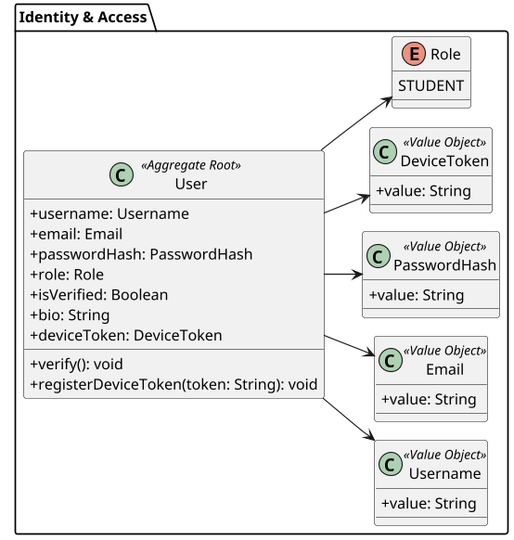
Earlier version of the PlantUML export images-doc/class-identity-mobile.png (Aplicaciones-Dispositivos-Moviles/SkillSwap-ProjectReport).
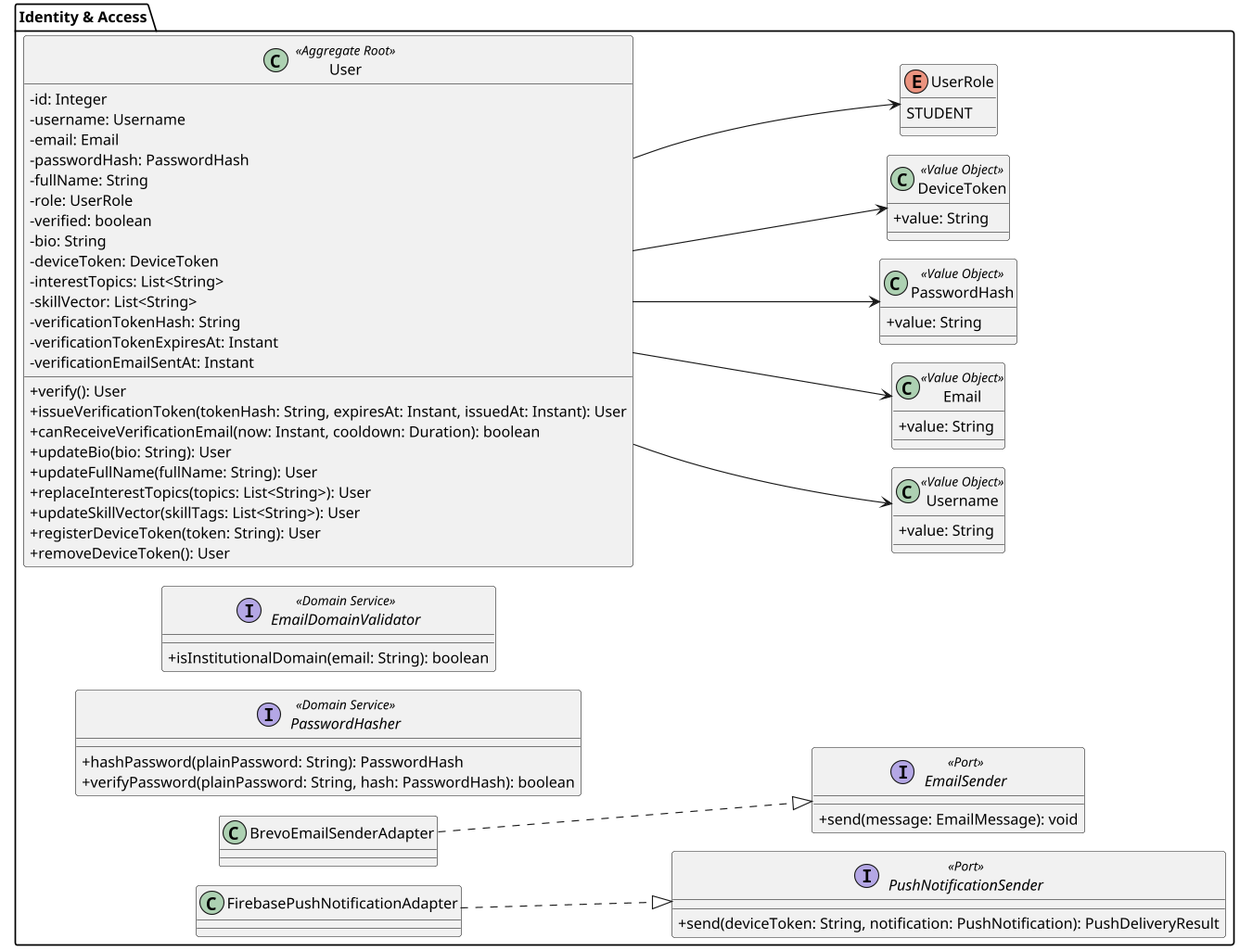
Later version of the same file.

Change to the diagram source:
```diff
@@ -5,17 +5,32 @@
 skinparam dpi 110
 left to right direction
 
+!startsub BODY
 package "Identity & Access" {
     class User <<Aggregate Root>> {
-        +username: Username
-        +email: Email
-        +passwordHash: PasswordHash
-        +role: Role
-        +isVerified: Boolean
-        +bio: String
-        +deviceToken: DeviceToken
-        +verify(): void
-        +registerDeviceToken(token: String): void
+        -id: Integer
+        -username: Username
+        -email: Email
+        -passwordHash: PasswordHash
+        -fullName: String
+        -role: UserRole
+        -verified: boolean
+        -bio: String
+        -deviceToken: DeviceToken
+        -interestTopics: List<String>
+        -skillVector: List<String>
+        -verificationTokenHash: String
+        -verificationTokenExpiresAt: Instant
+        -verificationEmailSentAt: Instant
+        +verify(): User
+        +issueVerificationToken(tokenHash: String, expiresAt: Instant, issuedAt: Instant): User
+        +canReceiveVerificationEmail(now: Instant, cooldown: Duration): boolean
+        +updateBio(bio: String): User
+        +updateFullName(fullName: String): User
+        +replaceInterestTopics(topics: List<String>): User
+        +updateSkillVector(skillTags: List<String>): User
+        +registerDeviceToken(token: String): User
+        +removeDeviceToken(): User
     }
 
     class Username <<Value Object>> {
@@ -34,14 +49,37 @@
         +value: String
     }
 
-    enum Role {
+    enum UserRole {
         STUDENT
     }
+
+    interface EmailDomainValidator <<Domain Service>> {
+        +isInstitutionalDomain(email: String): boolean
+    }
+
+    interface PasswordHasher <<Domain Service>> {
+        +hashPassword(plainPassword: String): PasswordHash
+        +verifyPassword(plainPassword: String, hash: PasswordHash): boolean
+    }
+
+    interface EmailSender <<Port>> {
+        +send(message: EmailMessage): void
+    }
+
+    interface PushNotificationSender <<Port>> {
+        +send(deviceToken: String, notification: PushNotification): PushDeliveryResult
+    }
+
+    class BrevoEmailSenderAdapter
+    class FirebasePushNotificationAdapter
 
     User --> Username
     User --> Email
     User --> PasswordHash
     User --> DeviceToken
-    User --> Role
+    User --> UserRole
+    BrevoEmailSenderAdapter ..|> EmailSender
+    FirebasePushNotificationAdapter ..|> PushNotificationSender
 }
+!endsub
 @enduml
```
